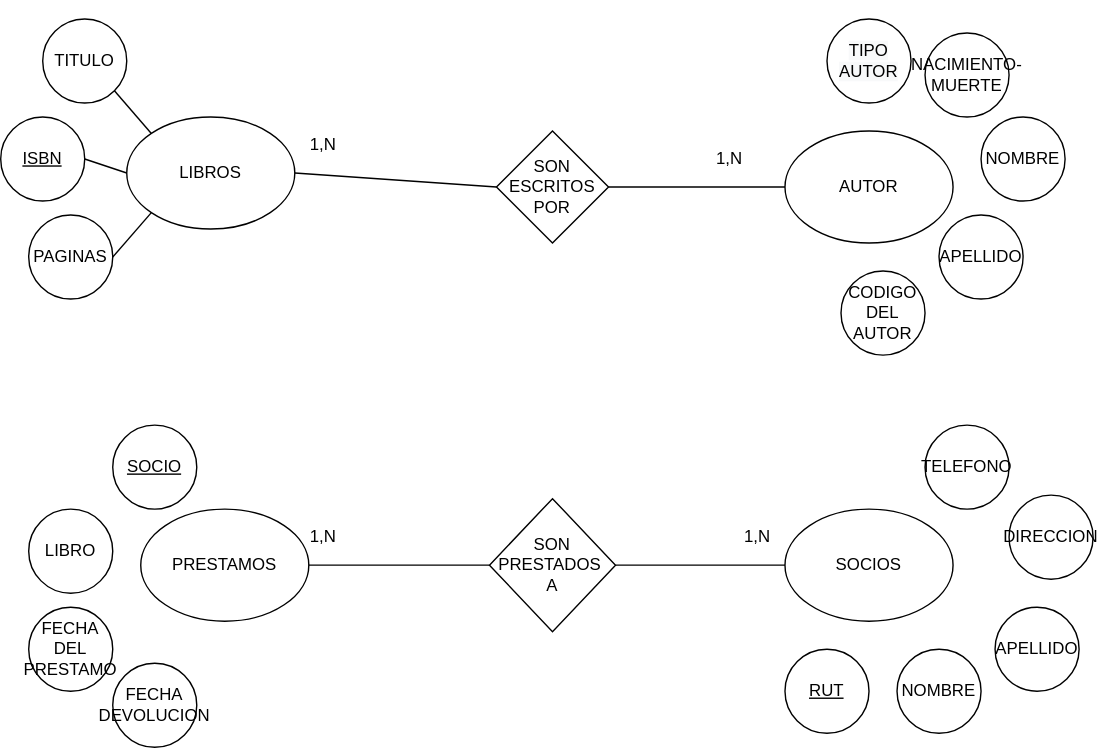
This is modelo-conceptual.drawio.svg from cristiancfsc/prueba-biblioteca, a draw.io export, as it was before one commit. Source tidied: cells renumbered, new cells last; positions are measured from the earlier drawing's top-left corner, leaving out a move shared by most shapes.
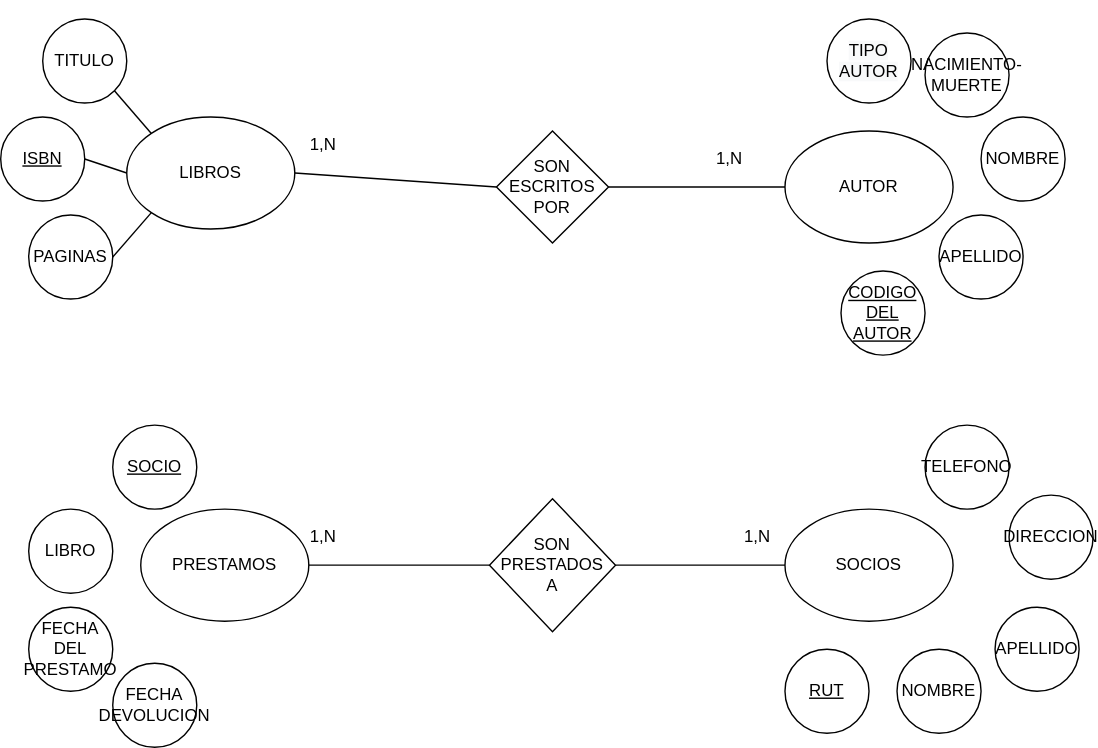
After the change.

Change to the diagram source:
```diff
@@ -53,7 +53,7 @@
     <mxCell id="18" value="APELLIDO" style="ellipse;whiteSpace=wrap;html=1;" parent="1" vertex="1">
       <mxGeometry x="670" y="140" width="60" height="60" as="geometry" />
     </mxCell>
-    <mxCell id="19" value="CODIGO DEL AUTOR" style="ellipse;whiteSpace=wrap;html=1;" parent="1" vertex="1">
+    <mxCell id="19" value="&lt;u&gt;CODIGO DEL AUTOR&lt;/u&gt;" style="ellipse;whiteSpace=wrap;html=1;" parent="1" vertex="1">
       <mxGeometry x="600" y="180" width="60" height="60" as="geometry" />
     </mxCell>
     <mxCell id="20" value="AUTOR" style="ellipse;whiteSpace=wrap;html=1;" parent="1" vertex="1">
@@ -74,7 +74,7 @@
     <mxCell id="25" value="&#10;&#10;&lt;span style=&quot;color: rgb(0, 0, 0); font-family: helvetica; font-size: 12px; font-style: normal; font-weight: 400; letter-spacing: normal; text-align: center; text-indent: 0px; text-transform: none; word-spacing: 0px; background-color: rgb(248, 249, 250); display: inline; float: none;&quot;&gt;TIPO AUTOR&lt;/span&gt;&#10;&#10;" style="ellipse;whiteSpace=wrap;html=1;" parent="1" vertex="1">
       <mxGeometry x="590" width="60" height="60" as="geometry" />
     </mxCell>
-    <mxCell id="26" value="SON PRESTADOS&amp;nbsp;&lt;br&gt;A" style="rhombus;whiteSpace=wrap;html=1;" parent="1" vertex="1">
+    <mxCell id="26" value="SON PRESTADOS&lt;br&gt;A" style="rhombus;whiteSpace=wrap;html=1;" parent="1" vertex="1">
       <mxGeometry x="349" y="342.5" width="90" height="95" as="geometry" />
     </mxCell>
     <mxCell id="27" value="SON ESCRITOS POR" style="rhombus;whiteSpace=wrap;html=1;" parent="1" vertex="1">
```
